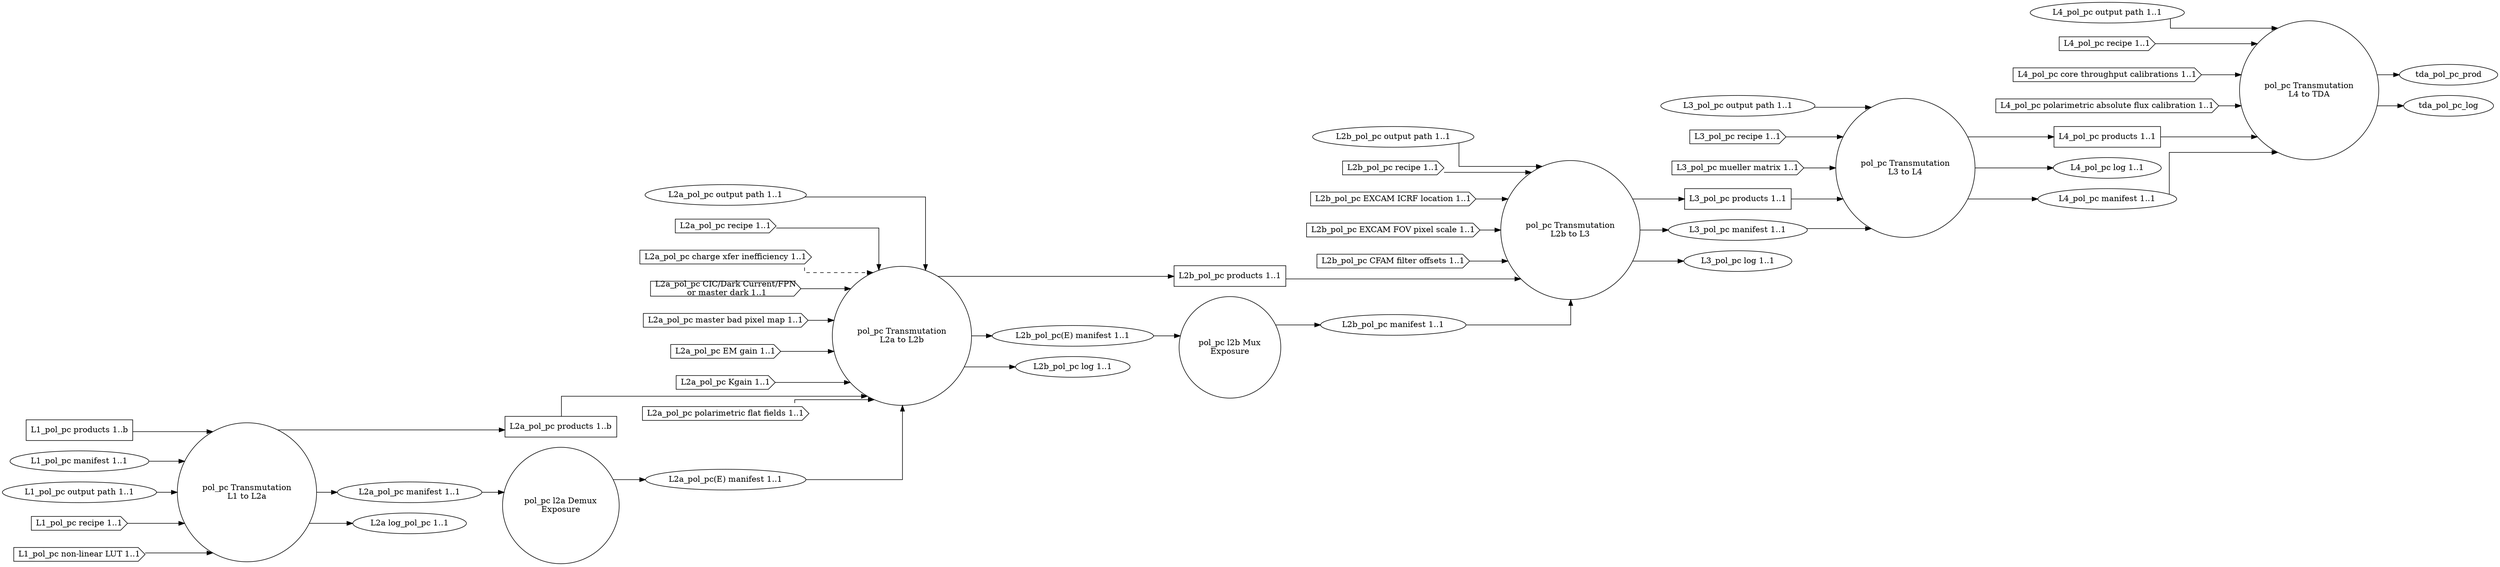
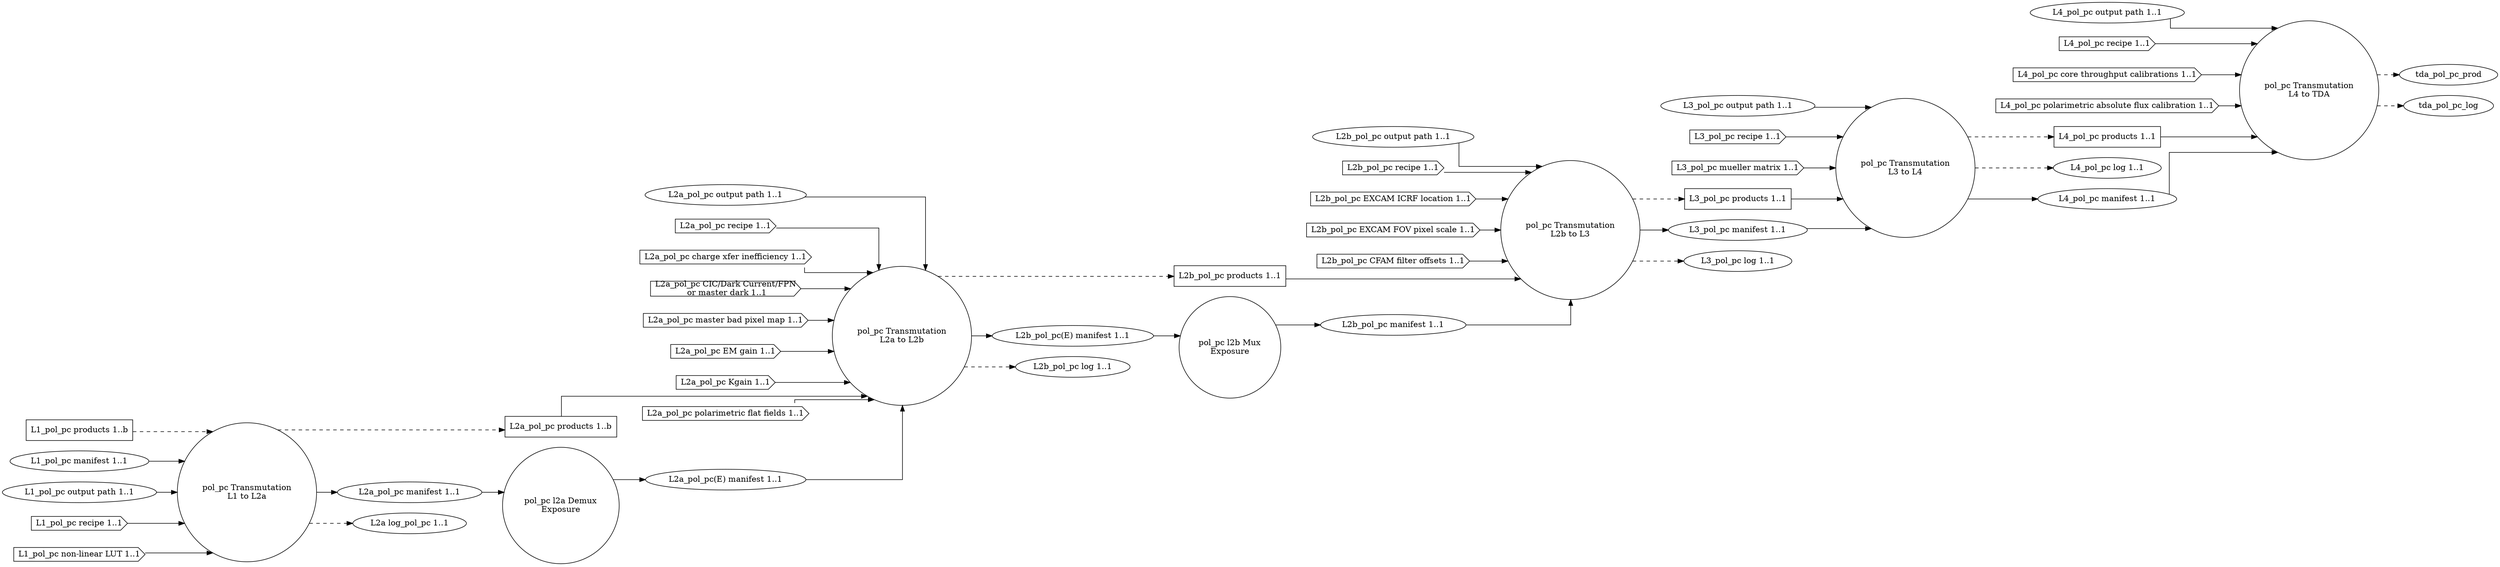
digraph PolarimetryPhotonCount
{
  graph [splines="ortho", rankdir=LR];

  trans_pol_pc_l1_l2a [label="pol_pc Transmutation\nL1 to L2a", shape="circle"];
  l2a_pol_pc_demux [label="pol_pc l2a Demux\nExposure" shape="circle"];
  trans_pol_pc_l2a_l2b [label="pol_pc Transmutation\nL2a to L2b", shape="circle"];
  l2b_pol_pc_mux [label="pol_pc l2b Mux\nExposure", shape="circle"];
  trans_pol_pc_l2b_l3 [label="pol_pc Transmutation\nL2b to L3", shape="circle"];
  trans_pol_pc_l3_l4 [label="pol_pc Transmutation\nL3 to L4", shape="circle"];
  trans_pol_pc_l4_tda [label="pol_pc Transmutation\nL4 to TDA", shape="circle"];

  l1_pol_pc_prod [label="L1_pol_pc products 1..b", shape="rectangle"];
  l1_pol_pc_man [label="L1_pol_pc manifest 1..1", shape="ellipse"];
  l1_pol_pc_odir [label="L1_pol_pc output path 1..1", shape="ellipse"];
  l1_pol_pc_rec [label="L1_pol_pc recipe 1..1", shape="cds"];
  l1_pol_pc_nllut [label="L1_pol_pc non-linear LUT 1..1", shape="cds"];

  l2a_pol_pc_prod [label="L2a_pol_pc products 1..b", shape="rectangle"];
  l2a_pol_pc_man [label="L2a_pol_pc manifest 1..1", shape="ellipse"];
  l2a_pol_pc_odir [label="L2a_pol_pc output path 1..1", shape="ellipse"];
  l2a_pol_pc_rec [label="L2a_pol_pc recipe 1..1", shape="cds"];
  l2a_pol_pc_cti [label="L2a_pol_pc charge xfer inefficiency 1..1", shape="cds"];
  l2a_pol_pc_dnb [label="L2a_pol_pc CIC/Dark Current/FPN\n or master dark 1..1", shape="cds"];
  l2a_pol_pc_mbpm [label="L2a_pol_pc master bad pixel map 1..1", shape="cds"];
  l2a_pol_pc_emg [label="L2a_pol_pc EM gain 1..1", shape="cds"];
  l2a_pol_pc_kgain [label="L2a_pol_pc Kgain 1..1", shape="cds"];
  l2a_pol_pc_polff [label="L2a_pol_pc polarimetric flat fields 1..1", shape="cds"];
  l2a_pol_pc_log [label="L2a log_pol_pc 1..1", shape="ellipse"];
  l2a_pol_pc_man_demux [label="L2a_pol_pc(E) manifest 1..1", shape="ellipse"];

  l2b_pol_pc_prod [label="L2b_pol_pc products 1..1", shape="rectangle"];
  l2b_pol_pc_man [label="L2b_pol_pc manifest 1..1", shape="ellipse"];
  l2b_pol_pc_odir [label="L2b_pol_pc output path 1..1", shape="ellipse"];
  l2b_pol_pc_rec [label="L2b_pol_pc recipe 1..1", shape="cds"];
  l2b_pol_pc_excicrf [label="L2b_pol_pc EXCAM ICRF location 1..1", shape="cds"];
  l2b_pol_pc_excfovps [label="L2b_pol_pc EXCAM FOV pixel scale 1..1", shape="cds"];
  l2b_pol_pc_cfamfo [label="L2b_pol_pc CFAM filter offsets 1..1", shape="cds"];
  l2b_pol_pc_man_demux [label="L2b_pol_pc(E) manifest 1..1", shape="ellipse"];
  l2b_pol_pc_log [label="L2b_pol_pc log 1..1", shape="ellipse"];

  l3_pol_pc_prod [label="L3_pol_pc products 1..1", shape="rectangle"];
  l3_pol_pc_odir [label="L3_pol_pc output path 1..1", shape="ellipse"];
  l3_pol_pc_man [label="L3_pol_pc manifest 1..1", shape="ellipse"];
  l3_pol_pc_rec [label="L3_pol_pc recipe 1..1", shape="cds"];
  l3_pol_pc_mueller [label="L3_pol_pc mueller matrix 1..1", shape="cds"];
  l3_pol_pc_log [label="L3_pol_pc log 1..1", shape="ellipse"];

  l4_pol_pc_prod [label="L4_pol_pc products 1..1", shape="rectangle"];
  l4_pol_pc_log [label="L4_pol_pc log 1..1", shape="ellipse"];
  l4_pol_pc_man [label="L4_pol_pc manifest 1..1", shape="ellipse"];
  l4_pol_pc_odir [label="L4_pol_pc output path 1..1", shape="ellipse"];
  l4_pol_pc_rec [label="L4_pol_pc recipe 1..1", shape="cds"];
  l4_pol_pc_ctcal [label="L4_pol_pc core throughput calibrations 1..1", shape="cds"];
  l4_pol_pc_pafcal [label="L4_pol_pc polarimetric absolute flux calibration 1..1", shape="cds"];

-   l1_pol_pc_prod -> trans_pol_pc_l1_l2a;
+   l1_pol_pc_prod -> trans_pol_pc_l1_l2a [style="dashed"];
  l1_pol_pc_man -> trans_pol_pc_l1_l2a;
  l1_pol_pc_odir -> trans_pol_pc_l1_l2a;
  l1_pol_pc_rec -> trans_pol_pc_l1_l2a;
  l1_pol_pc_nllut -> trans_pol_pc_l1_l2a;

-   trans_pol_pc_l1_l2a -> l2a_pol_pc_prod;
+   trans_pol_pc_l1_l2a -> l2a_pol_pc_prod [style="dashed"];
  trans_pol_pc_l1_l2a -> l2a_pol_pc_man;
-   trans_pol_pc_l1_l2a -> l2a_pol_pc_log;
+   trans_pol_pc_l1_l2a -> l2a_pol_pc_log  [style="dashed"];

  l2a_pol_pc_prod -> trans_pol_pc_l2a_l2b;
  l2a_pol_pc_odir -> trans_pol_pc_l2a_l2b;
  l2a_pol_pc_rec -> trans_pol_pc_l2a_l2b;
-   l2a_pol_pc_cti -> trans_pol_pc_l2a_l2b [style="dashed"];
+   l2a_pol_pc_cti -> trans_pol_pc_l2a_l2b;
  l2a_pol_pc_dnb -> trans_pol_pc_l2a_l2b;
  l2a_pol_pc_mbpm -> trans_pol_pc_l2a_l2b;
  l2a_pol_pc_emg -> trans_pol_pc_l2a_l2b;
  l2a_pol_pc_kgain -> trans_pol_pc_l2a_l2b;
  l2a_pol_pc_polff -> trans_pol_pc_l2a_l2b;

-   trans_pol_pc_l2a_l2b -> l2b_pol_pc_prod;
+   trans_pol_pc_l2a_l2b -> l2b_pol_pc_prod [style="dashed"];
  trans_pol_pc_l2a_l2b -> l2b_pol_pc_man_demux;
-   trans_pol_pc_l2a_l2b -> l2b_pol_pc_log;
+   trans_pol_pc_l2a_l2b -> l2b_pol_pc_log  [style="dashed"];

  l2a_pol_pc_man -> l2a_pol_pc_demux;
  l2a_pol_pc_demux -> l2a_pol_pc_man_demux;
  l2a_pol_pc_man_demux -> trans_pol_pc_l2a_l2b;

  l2b_pol_pc_man_demux -> l2b_pol_pc_mux;
  l2b_pol_pc_mux -> l2b_pol_pc_man;

  l2b_pol_pc_prod -> trans_pol_pc_l2b_l3;
  l2b_pol_pc_man -> trans_pol_pc_l2b_l3;
  l2b_pol_pc_odir -> trans_pol_pc_l2b_l3;
  l2b_pol_pc_rec -> trans_pol_pc_l2b_l3;
  l2b_pol_pc_excicrf -> trans_pol_pc_l2b_l3;
  l2b_pol_pc_excfovps -> trans_pol_pc_l2b_l3;
  l2b_pol_pc_cfamfo -> trans_pol_pc_l2b_l3;
-   trans_pol_pc_l2b_l3 -> l3_pol_pc_prod;
+   trans_pol_pc_l2b_l3 -> l3_pol_pc_prod [style="dashed"];
  trans_pol_pc_l2b_l3 -> l3_pol_pc_man;
-   trans_pol_pc_l2b_l3 -> l3_pol_pc_log;
+   trans_pol_pc_l2b_l3 -> l3_pol_pc_log  [style="dashed"];

  l3_pol_pc_prod -> trans_pol_pc_l3_l4;
  l3_pol_pc_man -> trans_pol_pc_l3_l4;
  l3_pol_pc_odir -> trans_pol_pc_l3_l4;
  l3_pol_pc_rec -> trans_pol_pc_l3_l4;
  l3_pol_pc_mueller -> trans_pol_pc_l3_l4;
-   trans_pol_pc_l3_l4 -> l4_pol_pc_prod;
-   trans_pol_pc_l3_l4 -> l4_pol_pc_log;
+   trans_pol_pc_l3_l4 -> l4_pol_pc_prod [style="dashed"];
+   trans_pol_pc_l3_l4 -> l4_pol_pc_log  [style="dashed"];
  trans_pol_pc_l3_l4 -> l4_pol_pc_man;

  l4_pol_pc_prod -> trans_pol_pc_l4_tda;
  l4_pol_pc_man -> trans_pol_pc_l4_tda;
  l4_pol_pc_odir -> trans_pol_pc_l4_tda;
  l4_pol_pc_rec -> trans_pol_pc_l4_tda;
  l4_pol_pc_ctcal -> trans_pol_pc_l4_tda;
  l4_pol_pc_pafcal -> trans_pol_pc_l4_tda;
-   trans_pol_pc_l4_tda -> tda_pol_pc_prod;
-   trans_pol_pc_l4_tda -> tda_pol_pc_log;
+   trans_pol_pc_l4_tda -> tda_pol_pc_prod [style="dashed"];
+   trans_pol_pc_l4_tda -> tda_pol_pc_log  [style="dashed"];
}
